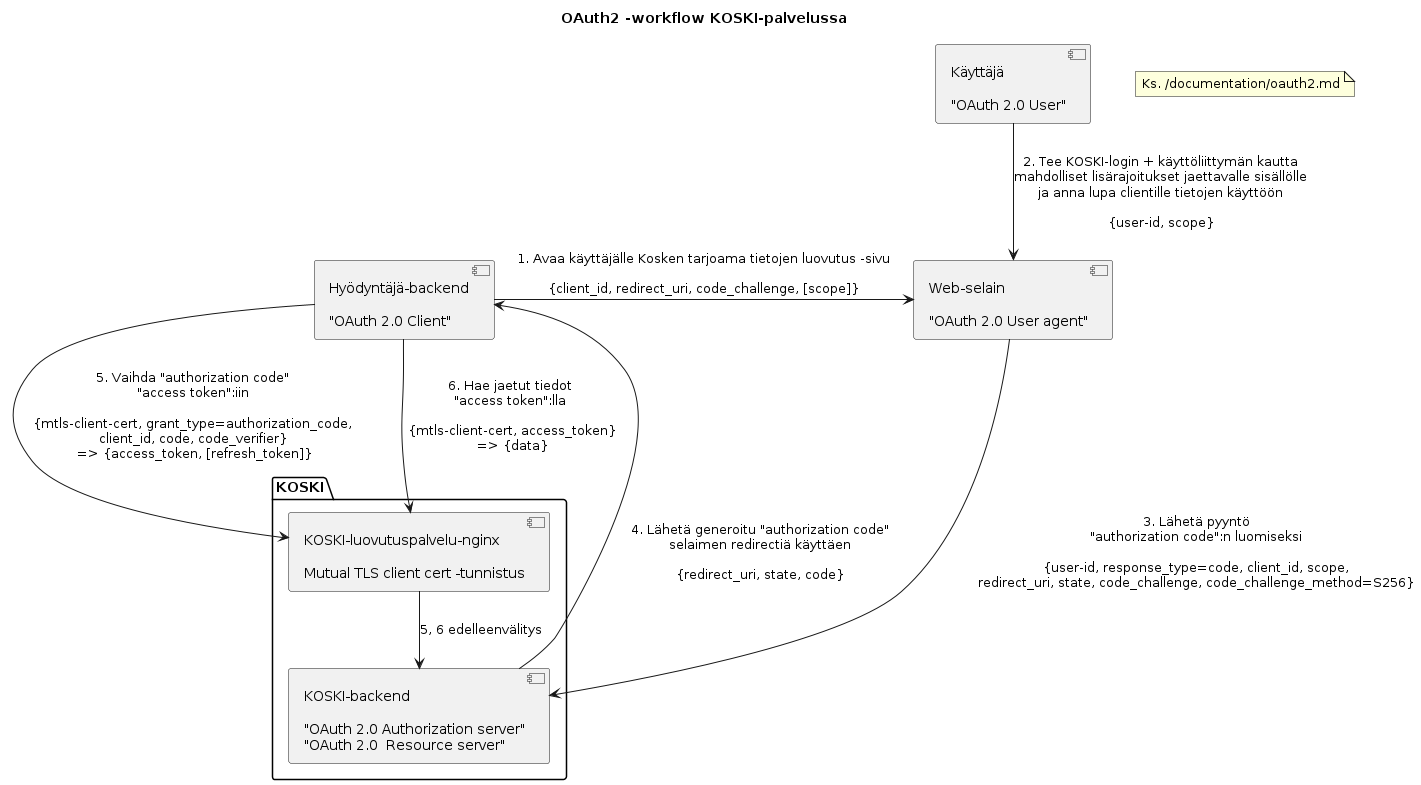
The PlantUML diagram documentation/kuvat/png/oauth2.png in Opetushallitus/koski, before a commit.
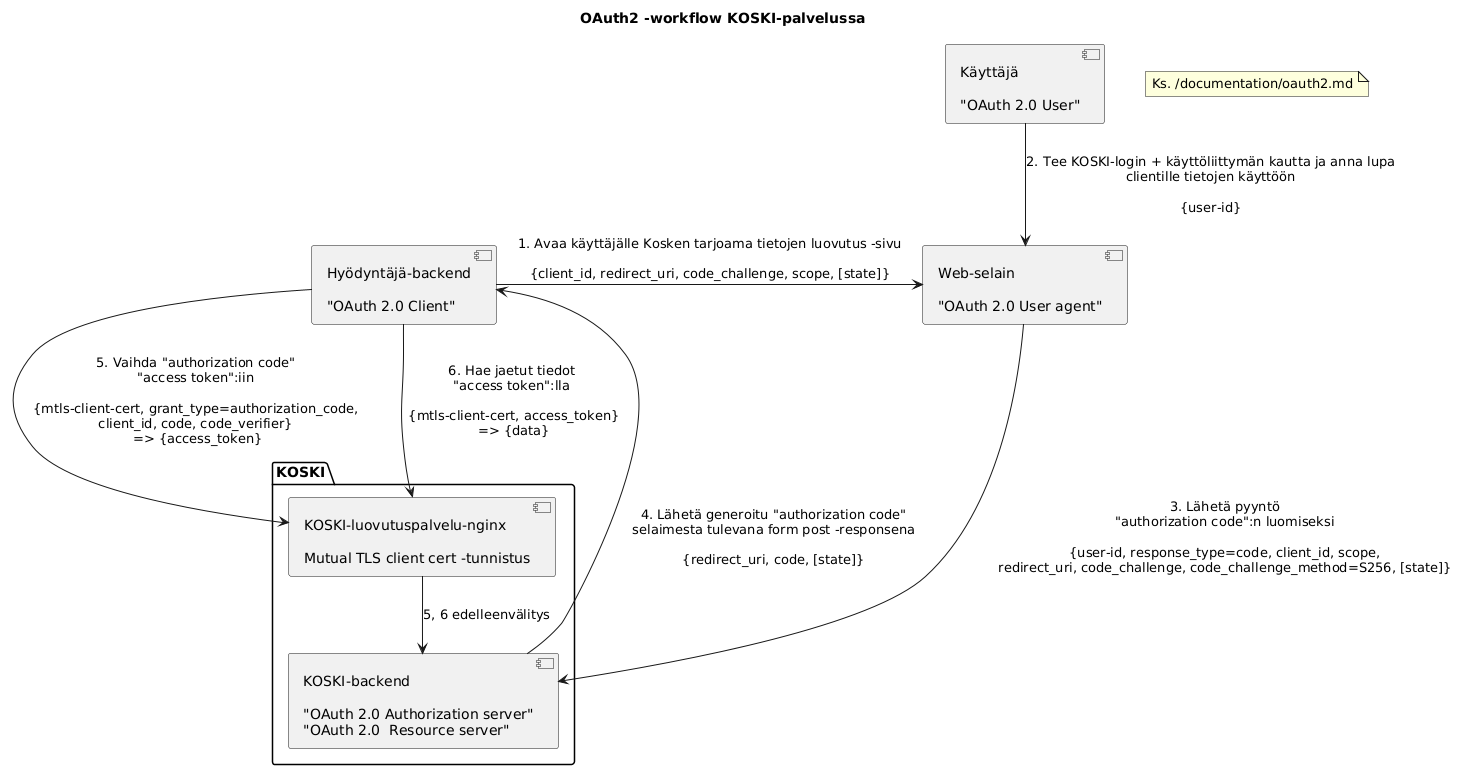
The same file after the commit.

Commit message:
Päivitä OAuth2-dokumentaatioon toteutuspäätökset

What changed in the source:
```diff
@@ -42,11 +42,11 @@
 
 luovutuspalvelu -down-> koski_backend : 5, 6 edelleenvälitys
 
-client -> user_agent : 1. Avaa käyttäjälle Kosken tarjoama tietojen luovutus -sivu\n\n{client_id, redirect_uri, code_challenge, [scope]}
-user --> user_agent : 2. Tee KOSKI-login + käyttöliittymän kautta\nmahdolliset lisärajoitukset jaettavalle sisällölle\nja anna lupa clientille tietojen käyttöön\n\n{user-id, scope}
-user_agent -> koski_backend : 3. Lähetä pyyntö\n"authorization code":n luomiseksi\n\n{user-id, response_type=code, client_id, scope,\nredirect_uri, state, code_challenge, code_challenge_method=S256}
-koski_backend --> client : 4. Lähetä generoitu "authorization code"\nselaimen redirectiä käyttäen\n\n{redirect_uri, state, code}
-client --> luovutuspalvelu : 5. Vaihda "authorization code"\n"access token":iin\n\n{mtls-client-cert, grant_type=authorization_code,\nclient_id, code, code_verifier}\n => {access_token, [refresh_token]}
+client -> user_agent : 1. Avaa käyttäjälle Kosken tarjoama tietojen luovutus -sivu\n\n{client_id, redirect_uri, code_challenge, scope, [state]}
+user --> user_agent : 2. Tee KOSKI-login + käyttöliittymän kautta ja anna lupa\nclientille tietojen käyttöön\n\n{user-id}
+user_agent --> koski_backend : 3. Lähetä pyyntö\n"authorization code":n luomiseksi\n\n{user-id, response_type=code, client_id, scope,\nredirect_uri, code_challenge, code_challenge_method=S256, [state]}
+koski_backend --> client : 4. Lähetä generoitu "authorization code"\nselaimesta tulevana form post -responsena\n\n{redirect_uri, code, [state]}
+client --> luovutuspalvelu : 5. Vaihda "authorization code"\n"access token":iin\n\n{mtls-client-cert, grant_type=authorization_code,\nclient_id, code, code_verifier}\n => {access_token}
 client --> luovutuspalvelu : 6. Hae jaetut tiedot\n"access token":lla\n\n {mtls-client-cert, access_token}\n => {data}
 
 @enduml
```
